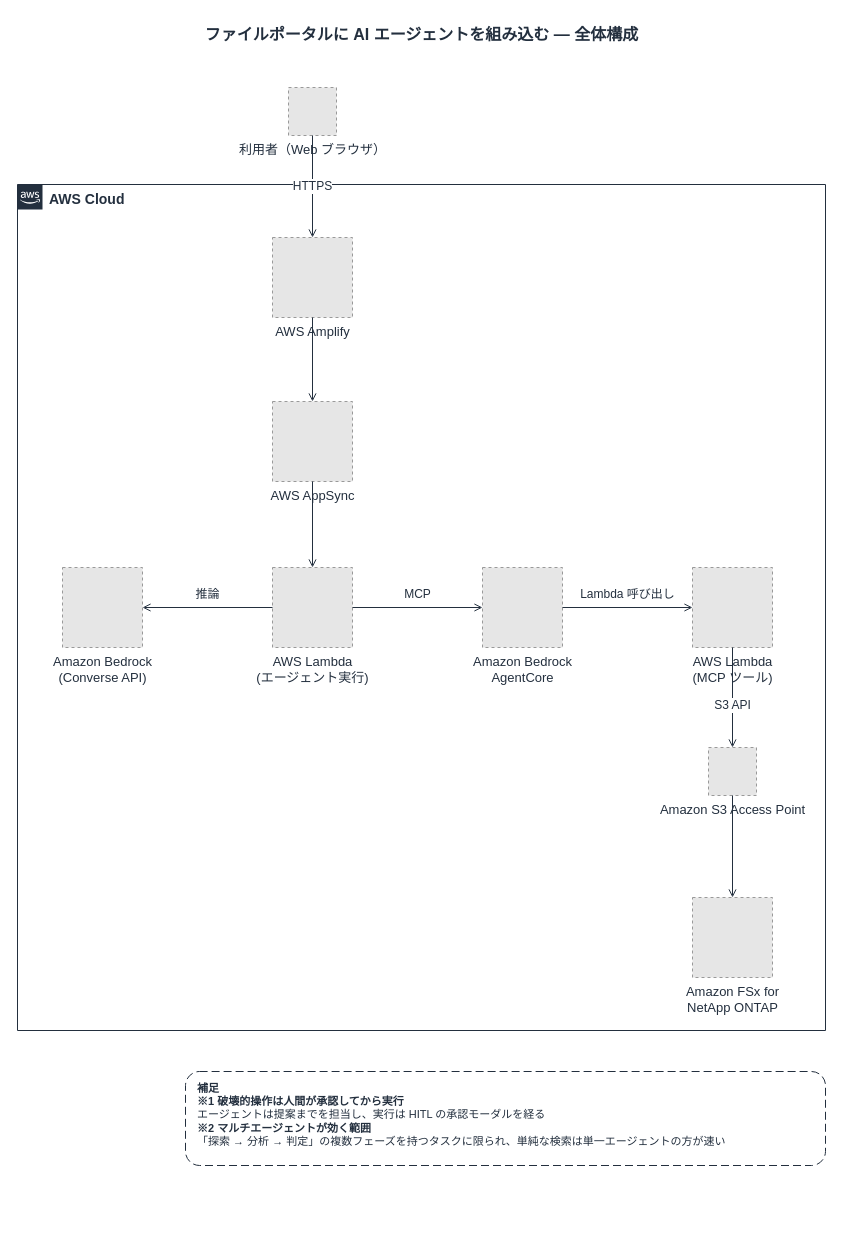
This is docs/diagrams/part3-ai-agent-overview.drawio from Yoshiki0705/FSx-for-ONTAP-S3AccessPoints-Serverless-Patterns, a draw.io file, before an edit. Source tidied: cells renumbered, new cells numbered last; positions are measured from the earlier drawing's top-left corner, leaving out a move shared by most shapes. Both pictures are drawn from the tidied source at 100%, with x=0, y=0 at pixel (17, 17). Pictures stored in the file or linked from it are replaced by grey dashed boxes.
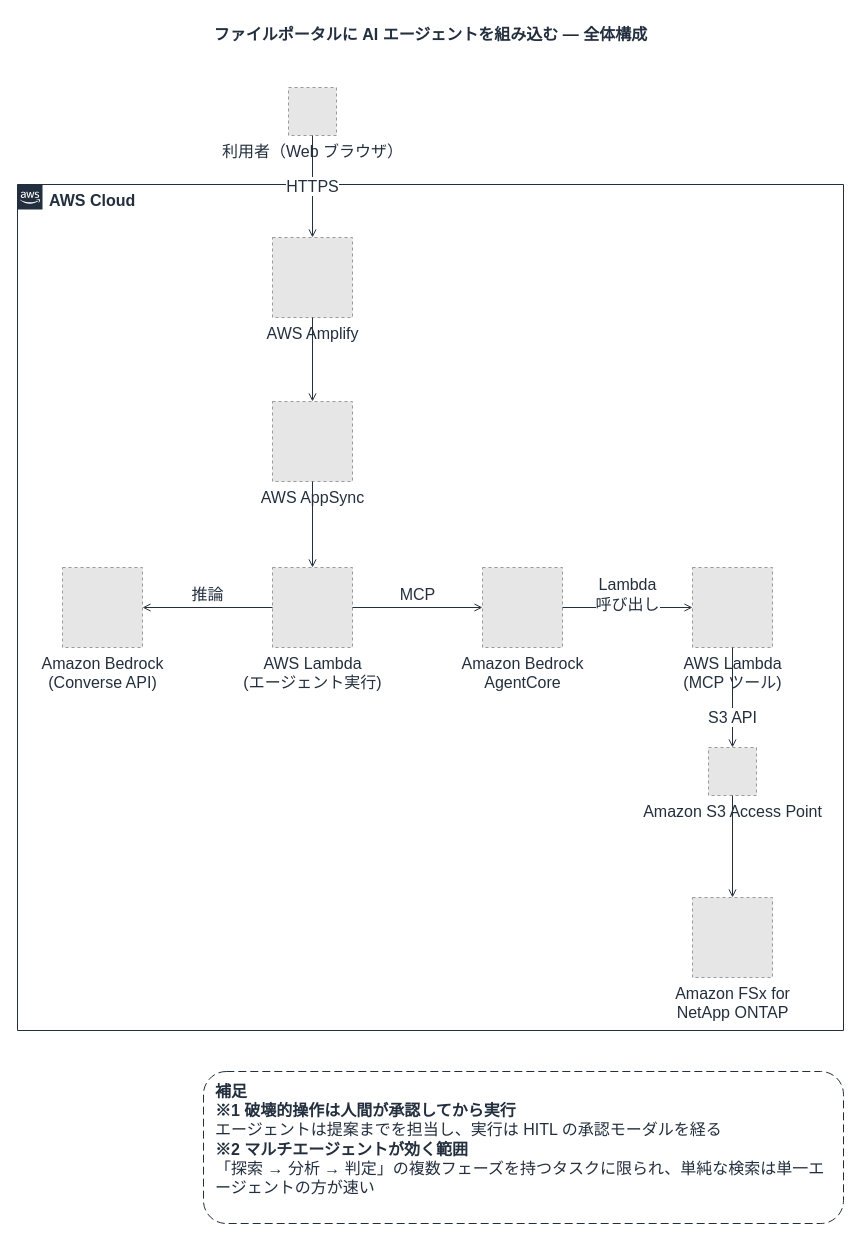
Above is the later version.

What changed in the source:
```diff
@@
     <mxCell id="2" value="ファイルポータルに AI エージェントを組み込む — 全体構成" style="text;html=1;align=center;verticalAlign=middle;fontSize=16;fontStyle=1;fontColor=#232F3E;" parent="1" vertex="1">
-      <mxGeometry width="808" height="34" as="geometry" />
+      <mxGeometry width="826" height="34" as="geometry" />
     </mxCell>
-    <mxCell id="3" value="AWS Cloud" style="gradientColor=none;html=1;whiteSpace=wrap;fontSize=14;fontStyle=1;shape=mxgraph.aws4.group;grIcon=mxgraph.aws4.group_aws_cloud_alt;strokeColor=#232F3E;fillColor=none;verticalAlign=top;align=left;spacingLeft=30;fontColor=#232F3E;dashed=0;" parent="1" vertex="1">
-      <mxGeometry y="167" width="808" height="846" as="geometry" />
+    <mxCell id="3" value="AWS Cloud" style="gradientColor=none;html=1;whiteSpace=wrap;fontSize=16;fontStyle=1;shape=mxgraph.aws4.group;grIcon=mxgraph.aws4.group_aws_cloud_alt;strokeColor=#232F3E;fillColor=none;verticalAlign=top;align=left;spacingLeft=30;fontColor=#232F3E;dashed=0;" parent="1" vertex="1">
+      <mxGeometry y="167" width="826" height="846" as="geometry" />
     </mxCell>
-    <mxCell id="4" value="利用者（Web ブラウザ）" style="fillColor=#E6E6E6;strokeColor=#999999;dashed=1;html=1;verticalLabelPosition=bottom;verticalAlign=top;labelPosition=center;align=center;fontSize=13;fontColor=#232F3E;" parent="1" vertex="1">
+    <mxCell id="4" value="利用者（Web ブラウザ）" style="fillColor=#E6E6E6;strokeColor=#999999;dashed=1;html=1;verticalLabelPosition=bottom;verticalAlign=top;labelPosition=center;align=center;fontSize=16;fontColor=#232F3E;" parent="1" vertex="1">
       <mxGeometry x="271" y="70" width="48" height="48" as="geometry" />
     </mxCell>
-    <mxCell id="5" value="AWS Amplify" style="fillColor=#E6E6E6;strokeColor=#999999;dashed=1;html=1;verticalLabelPosition=bottom;verticalAlign=top;labelPosition=center;align=center;fontSize=13;fontColor=#232F3E;" parent="1" vertex="1">
+    <mxCell id="5" value="AWS Amplify" style="fillColor=#E6E6E6;strokeColor=#999999;dashed=1;html=1;verticalLabelPosition=bottom;verticalAlign=top;labelPosition=center;align=center;fontSize=16;fontColor=#232F3E;" parent="1" vertex="1">
       <mxGeometry x="255" y="220" width="80" height="80" as="geometry" />
     </mxCell>
-    <mxCell id="6" value="AWS AppSync" style="fillColor=#E6E6E6;strokeColor=#999999;dashed=1;html=1;verticalLabelPosition=bottom;verticalAlign=top;labelPosition=center;align=center;fontSize=13;fontColor=#232F3E;" parent="1" vertex="1">
+    <mxCell id="6" value="AWS AppSync" style="fillColor=#E6E6E6;strokeColor=#999999;dashed=1;html=1;verticalLabelPosition=bottom;verticalAlign=top;labelPosition=center;align=center;fontSize=16;fontColor=#232F3E;" parent="1" vertex="1">
       <mxGeometry x="255" y="384" width="80" height="80" as="geometry" />
     </mxCell>
-    <mxCell id="7" value="Amazon Bedrock&lt;br&gt;(Converse API)" style="fillColor=#E6E6E6;strokeColor=#999999;dashed=1;html=1;verticalLabelPosition=bottom;verticalAlign=top;labelPosition=center;align=center;fontSize=13;fontColor=#232F3E;" parent="1" vertex="1">
+    <mxCell id="7" value="Amazon Bedrock&lt;br&gt;(Converse API)" style="fillColor=#E6E6E6;strokeColor=#999999;dashed=1;html=1;verticalLabelPosition=bottom;verticalAlign=top;labelPosition=center;align=center;fontSize=16;fontColor=#232F3E;" parent="1" vertex="1">
       <mxGeometry x="45" y="550" width="80" height="80" as="geometry" />
     </mxCell>
-    <mxCell id="8" value="AWS Lambda&lt;br&gt;(エージェント実行)" style="fillColor=#E6E6E6;strokeColor=#999999;dashed=1;html=1;verticalLabelPosition=bottom;verticalAlign=top;labelPosition=center;align=center;fontSize=13;fontColor=#232F3E;" parent="1" vertex="1">
+    <mxCell id="8" value="AWS Lambda&lt;br&gt;(エージェント実行)" style="fillColor=#E6E6E6;strokeColor=#999999;dashed=1;html=1;verticalLabelPosition=bottom;verticalAlign=top;labelPosition=center;align=center;fontSize=16;fontColor=#232F3E;" parent="1" vertex="1">
       <mxGeometry x="255" y="550" width="80" height="80" as="geometry" />
     </mxCell>
-    <mxCell id="9" value="Amazon Bedrock&lt;br&gt;AgentCore" style="fillColor=#E6E6E6;strokeColor=#999999;dashed=1;html=1;verticalLabelPosition=bottom;verticalAlign=top;labelPosition=center;align=center;fontSize=13;fontColor=#232F3E;" parent="1" vertex="1">
+    <mxCell id="9" value="Amazon Bedrock&lt;br&gt;AgentCore" style="fillColor=#E6E6E6;strokeColor=#999999;dashed=1;html=1;verticalLabelPosition=bottom;verticalAlign=top;labelPosition=center;align=center;fontSize=16;fontColor=#232F3E;" parent="1" vertex="1">
       <mxGeometry x="465" y="550" width="80" height="80" as="geometry" />
     </mxCell>
-    <mxCell id="10" value="AWS Lambda&lt;br&gt;(MCP ツール)" style="fillColor=#E6E6E6;strokeColor=#999999;dashed=1;html=1;verticalLabelPosition=bottom;verticalAlign=top;labelPosition=center;align=center;fontSize=13;fontColor=#232F3E;" parent="1" vertex="1">
+    <mxCell id="10" value="AWS Lambda&lt;br&gt;(MCP ツール)" style="fillColor=#E6E6E6;strokeColor=#999999;dashed=1;html=1;verticalLabelPosition=bottom;verticalAlign=top;labelPosition=center;align=center;fontSize=16;fontColor=#232F3E;" parent="1" vertex="1">
       <mxGeometry x="675" y="550" width="80" height="80" as="geometry" />
     </mxCell>
-    <mxCell id="11" value="Amazon S3 Access Point" style="fillColor=#E6E6E6;strokeColor=#999999;dashed=1;html=1;verticalLabelPosition=bottom;verticalAlign=top;labelPosition=center;align=center;fontSize=13;fontColor=#232F3E;" parent="1" vertex="1">
+    <mxCell id="11" value="Amazon S3 Access Point" style="fillColor=#E6E6E6;strokeColor=#999999;dashed=1;html=1;verticalLabelPosition=bottom;verticalAlign=top;labelPosition=center;align=center;fontSize=16;fontColor=#232F3E;" parent="1" vertex="1">
       <mxGeometry x="691" y="730" width="48" height="48" as="geometry" />
     </mxCell>
-    <mxCell id="12" value="Amazon FSx for&lt;br&gt;NetApp ONTAP" style="fillColor=#E6E6E6;strokeColor=#999999;dashed=1;html=1;verticalLabelPosition=bottom;verticalAlign=top;labelPosition=center;align=center;fontSize=13;fontColor=#232F3E;" parent="1" vertex="1">
+    <mxCell id="12" value="Amazon FSx for&lt;br&gt;NetApp ONTAP" style="fillColor=#E6E6E6;strokeColor=#999999;dashed=1;html=1;verticalLabelPosition=bottom;verticalAlign=top;labelPosition=center;align=center;fontSize=16;fontColor=#232F3E;" parent="1" vertex="1">
       <mxGeometry x="675" y="880" width="80" height="80" as="geometry" />
     </mxCell>
-    <mxCell id="13" value="HTTPS" style="edgeStyle=orthogonalEdgeStyle;rounded=0;jettySize=auto;html=1;endArrow=open;endFill=0;strokeColor=#232F3E;strokeWidth=1;fontSize=12;fontColor=#232F3E;labelBackgroundColor=#ffffff;" parent="1" edge="1" source="4" target="5">
+    <mxCell id="13" value="HTTPS" style="edgeStyle=orthogonalEdgeStyle;rounded=0;jettySize=auto;html=1;endArrow=open;endFill=0;strokeColor=#232F3E;strokeWidth=1;fontSize=16;fontColor=#232F3E;labelBackgroundColor=#ffffff;" parent="1" edge="1" source="4" target="5">
       <mxGeometry relative="1" as="geometry" />
     </mxCell>
-    <mxCell id="14" style="edgeStyle=orthogonalEdgeStyle;rounded=0;jettySize=auto;html=1;endArrow=open;endFill=0;strokeColor=#232F3E;strokeWidth=1;fontSize=12;fontColor=#232F3E;labelBackgroundColor=#ffffff;" parent="1" edge="1" source="5" target="6">
+    <mxCell id="14" style="edgeStyle=orthogonalEdgeStyle;rounded=0;jettySize=auto;html=1;endArrow=open;endFill=0;strokeColor=#232F3E;strokeWidth=1;fontSize=16;fontColor=#232F3E;labelBackgroundColor=#ffffff;" parent="1" edge="1" source="5" target="6">
       <mxGeometry relative="1" as="geometry" />
     </mxCell>
-    <mxCell id="15" style="edgeStyle=orthogonalEdgeStyle;rounded=0;jettySize=auto;html=1;endArrow=open;endFill=0;strokeColor=#232F3E;strokeWidth=1;fontSize=12;fontColor=#232F3E;labelBackgroundColor=#ffffff;" parent="1" edge="1" source="6" target="8">
+    <mxCell id="15" style="edgeStyle=orthogonalEdgeStyle;rounded=0;jettySize=auto;html=1;endArrow=open;endFill=0;strokeColor=#232F3E;strokeWidth=1;fontSize=16;fontColor=#232F3E;labelBackgroundColor=#ffffff;" parent="1" edge="1" source="6" target="8">
       <mxGeometry relative="1" as="geometry" />
     </mxCell>
-    <mxCell id="16" value="推論" style="edgeStyle=orthogonalEdgeStyle;rounded=0;jettySize=auto;html=1;endArrow=open;endFill=0;strokeColor=#232F3E;strokeWidth=1;fontSize=12;fontColor=#232F3E;labelBackgroundColor=#ffffff;" parent="1" edge="1" source="8" target="7">
+    <mxCell id="16" value="推論" style="edgeStyle=orthogonalEdgeStyle;rounded=0;jettySize=auto;html=1;endArrow=open;endFill=0;strokeColor=#232F3E;strokeWidth=1;fontSize=16;fontColor=#232F3E;labelBackgroundColor=#ffffff;" parent="1" edge="1" source="8" target="7">
       <mxGeometry relative="1" as="geometry">
         <mxPoint y="-13" as="offset" />
       </mxGeometry>
     </mxCell>
-    <mxCell id="17" value="MCP" style="edgeStyle=orthogonalEdgeStyle;rounded=0;jettySize=auto;html=1;endArrow=open;endFill=0;strokeColor=#232F3E;strokeWidth=1;fontSize=12;fontColor=#232F3E;labelBackgroundColor=#ffffff;" parent="1" edge="1" source="8" target="9">
+    <mxCell id="17" value="MCP" style="edgeStyle=orthogonalEdgeStyle;rounded=0;jettySize=auto;html=1;endArrow=open;endFill=0;strokeColor=#232F3E;strokeWidth=1;fontSize=16;fontColor=#232F3E;labelBackgroundColor=#ffffff;" parent="1" edge="1" source="8" target="9">
       <mxGeometry relative="1" as="geometry">
         <mxPoint y="-13" as="offset" />
       </mxGeometry>
     </mxCell>
-    <mxCell id="18" value="Lambda 呼び出し" style="edgeStyle=orthogonalEdgeStyle;rounded=0;jettySize=auto;html=1;endArrow=open;endFill=0;strokeColor=#232F3E;strokeWidth=1;fontSize=12;fontColor=#232F3E;labelBackgroundColor=#ffffff;" parent="1" edge="1" source="9" target="10">
+    <mxCell id="18" value="Lambda&lt;br&gt;呼び出し" style="edgeStyle=orthogonalEdgeStyle;rounded=0;jettySize=auto;html=1;endArrow=open;endFill=0;strokeColor=#232F3E;strokeWidth=1;fontSize=16;fontColor=#232F3E;labelBackgroundColor=#ffffff;" parent="1" edge="1" source="9" target="10">
       <mxGeometry relative="1" as="geometry">
         <mxPoint y="-13" as="offset" />
       </mxGeometry>
     </mxCell>
-    <mxCell id="19" value="S3 API" style="edgeStyle=orthogonalEdgeStyle;rounded=0;jettySize=auto;html=1;endArrow=open;endFill=0;strokeColor=#232F3E;strokeWidth=1;fontSize=12;fontColor=#232F3E;labelBackgroundColor=#ffffff;" parent="1" edge="1" source="10" target="11">
+    <mxCell id="19" value="S3 API" style="edgeStyle=orthogonalEdgeStyle;rounded=0;jettySize=auto;html=1;endArrow=open;endFill=0;strokeColor=#232F3E;strokeWidth=1;fontSize=16;fontColor=#232F3E;labelBackgroundColor=#ffffff;" parent="1" edge="1" source="10" target="11">
       <mxGeometry relative="1" as="geometry">
-        <mxPoint y="8" as="offset" />
+        <mxPoint y="20" as="offset" />
       </mxGeometry>
     </mxCell>
-    <mxCell id="20" style="edgeStyle=orthogonalEdgeStyle;rounded=0;jettySize=auto;html=1;endArrow=open;endFill=0;strokeColor=#232F3E;strokeWidth=1;fontSize=12;fontColor=#232F3E;labelBackgroundColor=#ffffff;" parent="1" edge="1" source="11" target="12">
+    <mxCell id="20" style="edgeStyle=orthogonalEdgeStyle;rounded=0;jettySize=auto;html=1;endArrow=open;endFill=0;strokeColor=#232F3E;strokeWidth=1;fontSize=16;fontColor=#232F3E;labelBackgroundColor=#ffffff;" parent="1" edge="1" source="11" target="12">
       <mxGeometry relative="1" as="geometry" />
     </mxCell>
-    <mxCell id="21" value="&lt;b&gt;補足&lt;/b&gt;&lt;br&gt;&lt;b&gt;※1 破壊的操作は人間が承認してから実行&lt;/b&gt;&lt;br&gt;エージェントは提案までを担当し、実行は HITL の承認モーダルを経る&lt;br&gt;&lt;b&gt;※2 マルチエージェントが効く範囲&lt;/b&gt;&lt;br&gt;「探索 → 分析 → 判定」の複数フェーズを持つタスクに限られ、単純な検索は単一エージェントの方が速い" style="rounded=1;whiteSpace=wrap;html=1;dashed=1;dashPattern=8 4;strokeColor=#232F3E;fillColor=#FFFFFF;align=left;verticalAlign=top;spacingLeft=10;spacingTop=4;fontSize=11;fontColor=#232F3E;" parent="1" vertex="1">
-      <mxGeometry x="168" y="1054" width="640" height="94" as="geometry" />
+    <mxCell id="21" value="&lt;b&gt;補足&lt;/b&gt;&lt;br&gt;&lt;b&gt;※1 破壊的操作は人間が承認してから実行&lt;/b&gt;&lt;br&gt;エージェントは提案までを担当し、実行は HITL の承認モーダルを経る&lt;br&gt;&lt;b&gt;※2 マルチエージェントが効く範囲&lt;/b&gt;&lt;br&gt;「探索 → 分析 → 判定」の複数フェーズを持つタスクに限られ、単純な検索は単一エ&lt;br&gt;ージェントの方が速い" style="rounded=1;whiteSpace=wrap;html=1;dashed=1;dashPattern=8 4;strokeColor=#232F3E;fillColor=#FFFFFF;align=left;verticalAlign=top;spacingLeft=10;spacingTop=4;fontSize=16;fontColor=#232F3E;" parent="1" vertex="1">
+      <mxGeometry x="186" y="1054" width="640" height="152" as="geometry" />
     </mxCell>
```
